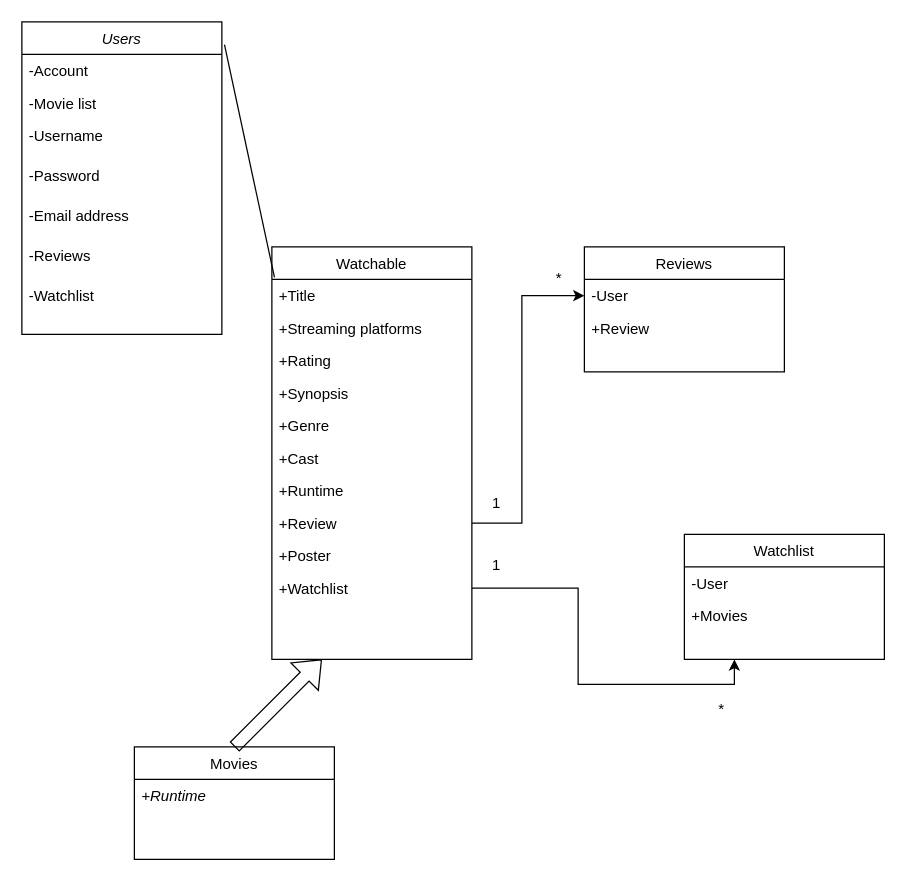
307ScreenSquad/CSC307-ScreenSquad keeps this draw.io diagram as Untitled Diagram.drawio. Above is the earlier version. Source tidied: cells renumbered, new cells numbered last; positions are measured from the earlier drawing's top-left corner, leaving out a move shared by most shapes. Both pictures are drawn from the tidied source at 125%, with x=0, y=0 at pixel (21, 21).
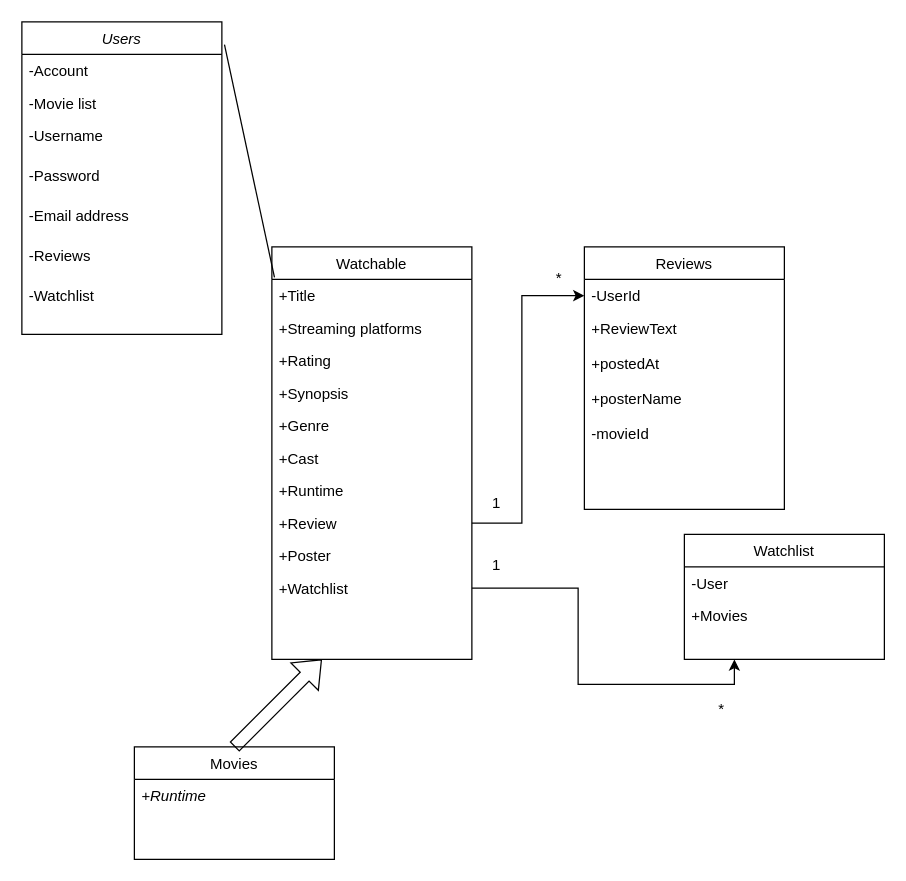
Above is the later version.

The edit, as a diff of the source:
```diff
@@
     <mxCell id="24" value="Reviews" style="swimlane;fontStyle=0;align=center;verticalAlign=top;horizontal=1;startSize=26;rounded=0;shadow=0;strokeWidth=1;" parent="1" vertex="1">
-      <mxGeometry x="450" y="180" width="160" height="100" as="geometry" />
+      <mxGeometry x="450" y="180" width="160" height="210" as="geometry" />
     </mxCell>
-    <mxCell id="25" value="-User" style="text;align=left;verticalAlign=top;spacingLeft=4;spacingRight=4;overflow=hidden;points=[[0,0.5],[1,0.5]];portConstraint=eastwest;" parent="24" vertex="1">
+    <mxCell id="25" value="-UserId" style="text;align=left;verticalAlign=top;spacingLeft=4;spacingRight=4;overflow=hidden;points=[[0,0.5],[1,0.5]];portConstraint=eastwest;" parent="24" vertex="1">
       <mxGeometry y="26" width="160" height="26" as="geometry" />
     </mxCell>
-    <mxCell id="26" value="+Review" style="text;align=left;verticalAlign=top;spacingLeft=4;spacingRight=4;overflow=hidden;" parent="24" vertex="1">
-      <mxGeometry y="52" width="160" height="38" as="geometry" />
+    <mxCell id="26" value="+ReviewText&#10;&#10;+postedAt &#10;&#10;+posterName&#10;&#10;-movieId" style="text;align=left;verticalAlign=top;spacingLeft=4;spacingRight=4;overflow=hidden;" parent="24" vertex="1">
+      <mxGeometry y="52" width="160" height="98" as="geometry" />
     </mxCell>
```
